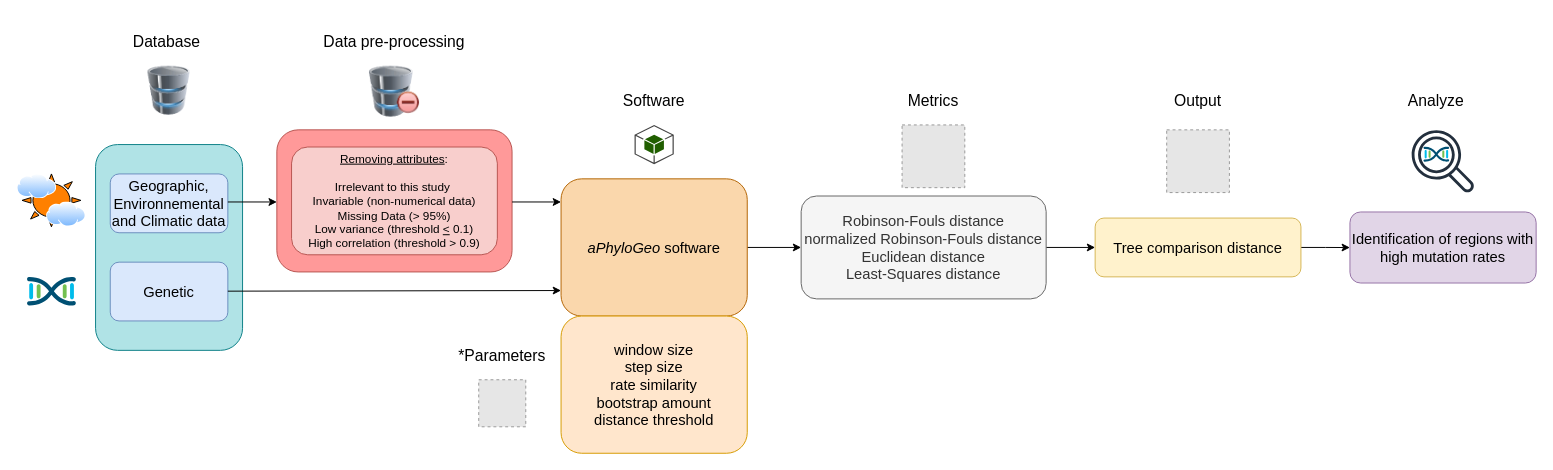
The draw.io diagram papers/Gagnon_Kebe_Tahiri/diagram.drawio in scipy-conference/scipy_proceedings, before the edit. Source tidied: cells renumbered, new cells numbered last; positions are measured from the earlier drawing's top-left corner, leaving out a move shared by most shapes. Both pictures are drawn from the tidied source at 98%, with x=0, y=0 at pixel (17, 17). Pictures stored in the file or linked from it are replaced by grey dashed boxes.
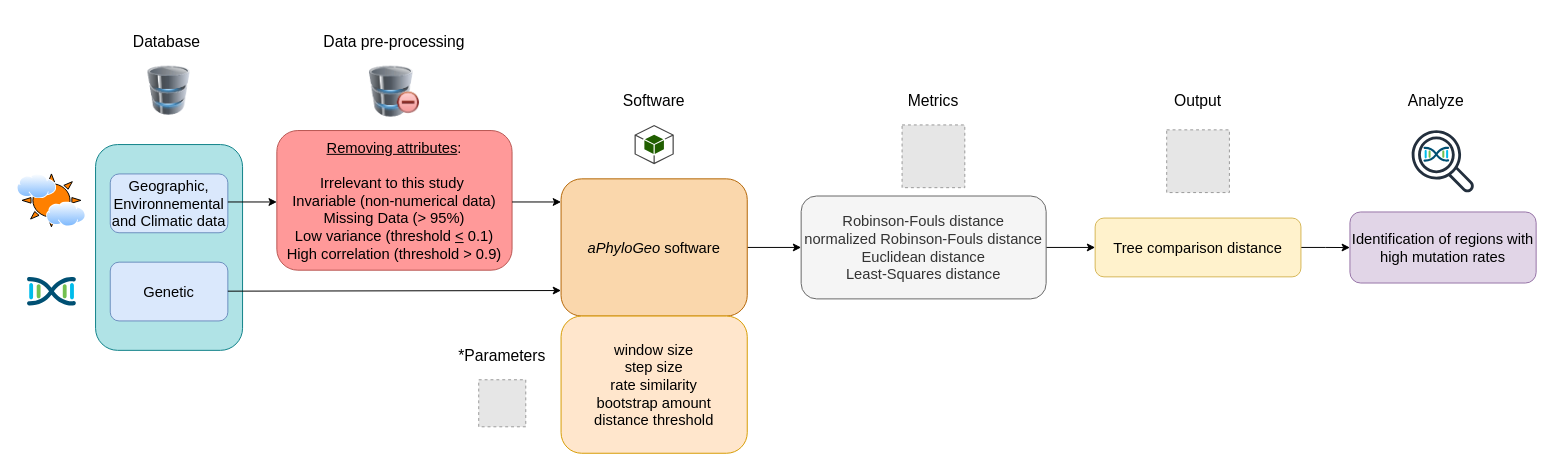
The same diagram, later.

Commit message:
Mettre à jour diagram.drawio

What changed in the source:
```diff
@@
-    <mxCell id="2" style="rounded=1;whiteSpace=wrap;html=1;fillColor=#FF9999;strokeColor=#b85450;arcSize=15;" parent="1" vertex="1">
-      <mxGeometry x="265" y="115" width="240" height="145" as="geometry" />
-    </mxCell>
@@
-    <mxCell id="6" value="&lt;div style=&quot;&quot;&gt;&lt;span style=&quot;background-color: initial;&quot;&gt;&lt;u&gt;Removing attributes&lt;/u&gt;:&lt;/span&gt;&lt;/div&gt;&lt;div style=&quot;&quot;&gt;&lt;span style=&quot;background-color: initial;&quot;&gt;&lt;br&gt;&lt;/span&gt;&lt;/div&gt;&lt;div&gt;&lt;span style=&quot;background-color: initial;&quot;&gt;Irrelevant to this study&amp;nbsp;&lt;/span&gt;&lt;br&gt;&lt;span style=&quot;background-color: initial;&quot;&gt;Invariable (non-numerical data)&lt;/span&gt;&lt;br&gt;&lt;span style=&quot;background-color: initial;&quot;&gt;Missing Data (&amp;gt; 95%)&lt;/span&gt;&lt;br&gt;&lt;span style=&quot;background-color: initial;&quot;&gt;Low variance (threshold&amp;nbsp;&lt;/span&gt;&lt;u style=&quot;background-color: initial;&quot;&gt;&amp;lt;&lt;/u&gt;&lt;span style=&quot;background-color: initial;&quot;&gt; 0.1)&lt;/span&gt;&lt;br&gt;&lt;/div&gt;&lt;div&gt;&lt;span style=&quot;background-color: initial;&quot;&gt;High correlation (threshold &amp;gt; 0.9)&lt;/span&gt;&lt;/div&gt;" style="rounded=1;whiteSpace=wrap;html=1;fillColor=#f8cecc;strokeColor=#b85450;align=center;" parent="1" vertex="1">
-      <mxGeometry x="280" y="132.5" width="210" height="110" as="geometry" />
+    <mxCell id="6" value="&lt;div style=&quot;font-size: 15px;&quot;&gt;&lt;span style=&quot;background-color: initial;&quot;&gt;&lt;font style=&quot;font-size: 15px;&quot;&gt;&lt;u style=&quot;&quot;&gt;Removing attributes&lt;/u&gt;:&lt;/font&gt;&lt;/span&gt;&lt;/div&gt;&lt;div style=&quot;font-size: 15px;&quot;&gt;&lt;span style=&quot;background-color: initial;&quot;&gt;&lt;font style=&quot;font-size: 15px;&quot;&gt;&lt;br&gt;&lt;/font&gt;&lt;/span&gt;&lt;/div&gt;&lt;div style=&quot;font-size: 15px;&quot;&gt;&lt;font style=&quot;font-size: 15px;&quot;&gt;&lt;span style=&quot;background-color: initial;&quot;&gt;Irrelevant to this study&amp;nbsp;&lt;/span&gt;&lt;br&gt;&lt;span style=&quot;background-color: initial;&quot;&gt;Invariable (non-numerical data)&lt;/span&gt;&lt;br&gt;&lt;span style=&quot;background-color: initial;&quot;&gt;Missing Data (&amp;gt; 95%)&lt;/span&gt;&lt;br&gt;&lt;span style=&quot;background-color: initial;&quot;&gt;Low variance (threshold&amp;nbsp;&lt;/span&gt;&lt;u style=&quot;background-color: initial;&quot;&gt;&amp;lt;&lt;/u&gt;&lt;span style=&quot;background-color: initial;&quot;&gt; 0.1)&lt;/span&gt;&lt;br&gt;&lt;/font&gt;&lt;/div&gt;&lt;div style=&quot;font-size: 15px;&quot;&gt;&lt;span style=&quot;background-color: initial;&quot;&gt;&lt;font style=&quot;font-size: 15px;&quot;&gt;&lt;font style=&quot;font-size: 15px;&quot;&gt;High correlation (threshold &amp;gt; 0.9&lt;/font&gt;&lt;font style=&quot;font-size: 15px;&quot;&gt;)&lt;/font&gt;&lt;/font&gt;&lt;/span&gt;&lt;/div&gt;" style="rounded=1;whiteSpace=wrap;html=1;fillColor=#FF9999;strokeColor=#b85450;align=center;" parent="1" vertex="1">
+      <mxGeometry x="265" y="115.7" width="240" height="142.5" as="geometry" />
     </mxCell>
@@
-    <mxCell id="37" style="edgeStyle=orthogonalEdgeStyle;rounded=0;orthogonalLoop=1;jettySize=auto;html=1;exitX=0.5;exitY=1;exitDx=0;exitDy=0;" parent="1" edge="1" source="2" target="2">
-      <mxGeometry relative="1" as="geometry" />
+    <mxCell id="37" style="edgeStyle=orthogonalEdgeStyle;rounded=0;orthogonalLoop=1;jettySize=auto;html=1;exitX=0.5;exitY=1;exitDx=0;exitDy=0;" parent="1" edge="1">
+      <mxGeometry relative="1" as="geometry">
+        <mxPoint x="1012.5" y="60" as="sourcePoint" />
+        <mxPoint x="1012.5" y="60" as="targetPoint" />
+      </mxGeometry>
     </mxCell>
```
